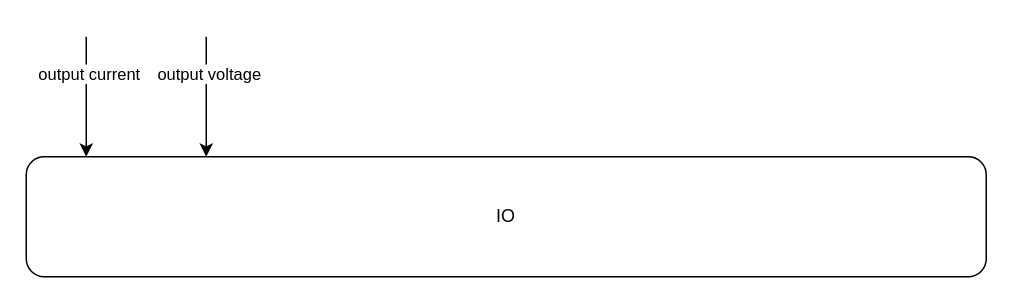
This is page "DCDC_blockdiagram" (4 of 4) of DCDCArchitectureSF.drawio from chdev2011/temp, a draw.io file, before an edit. Source tidied: cells renumbered, new cells numbered last; positions are measured from the earlier drawing's top-left corner, leaving out a move shared by most shapes. Both pictures are drawn from the tidied source at 150%, with x=0, y=0 at pixel (26, 36).
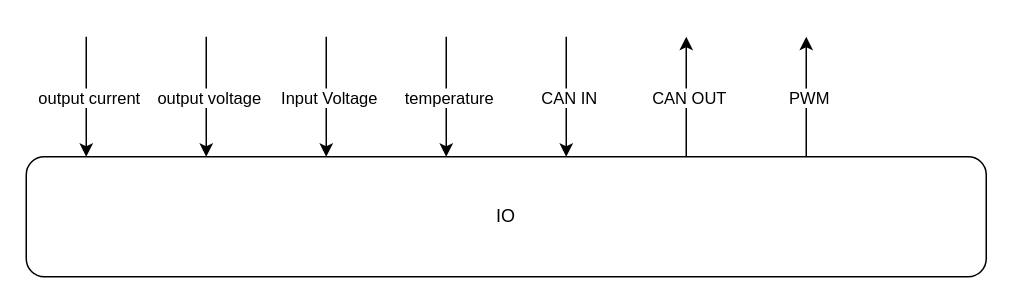
The same diagram, later.

The change refers to these unchanged cells:
```xml
<mxCell id="2" style="rounded=0;orthogonalLoop=1;jettySize=auto;html=1;exitX=0.25;exitY=0;exitDx=0;exitDy=0;strokeColor=default;endArrow=none;endFill=0;startArrow=classic;startFill=1;" parent="1" edge="1">
  <mxGeometry relative="1" as="geometry">
    <mxPoint x="40" y="80" as="sourcePoint" />
    <mxPoint x="40" as="targetPoint" />
  </mxGeometry>
</mxCell>
<mxCell id="5" style="rounded=0;orthogonalLoop=1;jettySize=auto;html=1;exitX=0.25;exitY=0;exitDx=0;exitDy=0;strokeColor=default;endArrow=none;endFill=0;startArrow=classic;startFill=1;" parent="1" edge="1">
  <mxGeometry relative="1" as="geometry">
    <mxPoint x="120" y="80" as="sourcePoint" />
    <mxPoint x="120" as="targetPoint" />
  </mxGeometry>
</mxCell>
```

What changed in the source:
```diff
@@
     <mxCell id="3" value="output current" style="edgeLabel;html=1;align=center;verticalAlign=middle;" parent="2" vertex="1">
-      <mxGeometry x="0.4" y="-1" relative="1" as="geometry" />
+      <mxGeometry x="0.4" y="-1" relative="1" as="geometry">
+        <mxPoint y="16" as="offset" />
+      </mxGeometry>
     </mxCell>
@@
     <mxCell id="6" value="output voltage" style="edgeLabel;html=1;align=center;verticalAlign=middle;" parent="5" vertex="1">
-      <mxGeometry x="0.4" y="-1" relative="1" as="geometry" />
+      <mxGeometry x="0.4" y="-1" relative="1" as="geometry">
+        <mxPoint y="16" as="offset" />
+      </mxGeometry>
     </mxCell>
+    <mxCell id="7" style="rounded=0;orthogonalLoop=1;jettySize=auto;html=1;exitX=0.25;exitY=0;exitDx=0;exitDy=0;strokeColor=default;endArrow=none;endFill=0;startArrow=classic;startFill=1;" parent="1" edge="1">
+      <mxGeometry relative="1" as="geometry">
+        <mxPoint x="200" y="80" as="sourcePoint" />
+        <mxPoint x="200" as="targetPoint" />
+      </mxGeometry>
+    </mxCell>
+    <mxCell id="8" value="Input Voltage" style="edgeLabel;html=1;align=center;verticalAlign=middle;" parent="7" vertex="1">
+      <mxGeometry x="0.4" y="-1" relative="1" as="geometry">
+        <mxPoint y="16" as="offset" />
+      </mxGeometry>
+    </mxCell>
+    <mxCell id="9" style="rounded=0;orthogonalLoop=1;jettySize=auto;html=1;exitX=0.25;exitY=0;exitDx=0;exitDy=0;strokeColor=default;endArrow=none;endFill=0;startArrow=classic;startFill=1;" parent="1" edge="1">
+      <mxGeometry relative="1" as="geometry">
+        <mxPoint x="280" y="80" as="sourcePoint" />
+        <mxPoint x="280" as="targetPoint" />
+      </mxGeometry>
+    </mxCell>
+    <mxCell id="10" value="temperature" style="edgeLabel;html=1;align=center;verticalAlign=middle;" parent="9" vertex="1">
+      <mxGeometry x="0.4" y="-1" relative="1" as="geometry">
+        <mxPoint y="16" as="offset" />
+      </mxGeometry>
+    </mxCell>
+    <mxCell id="11" style="rounded=0;orthogonalLoop=1;jettySize=auto;html=1;exitX=0.25;exitY=0;exitDx=0;exitDy=0;strokeColor=default;endArrow=none;endFill=0;startArrow=classic;startFill=1;" parent="1" edge="1">
+      <mxGeometry relative="1" as="geometry">
+        <mxPoint x="360" y="80" as="sourcePoint" />
+        <mxPoint x="360" as="targetPoint" />
+      </mxGeometry>
+    </mxCell>
+    <mxCell id="12" value="CAN IN" style="edgeLabel;html=1;align=center;verticalAlign=middle;" parent="11" vertex="1">
+      <mxGeometry x="0.4" y="-1" relative="1" as="geometry">
+        <mxPoint y="16" as="offset" />
+      </mxGeometry>
+    </mxCell>
+    <mxCell id="13" style="rounded=0;orthogonalLoop=1;jettySize=auto;html=1;exitX=0.25;exitY=0;exitDx=0;exitDy=0;strokeColor=default;endArrow=classic;endFill=1;startArrow=none;startFill=0;" parent="1" edge="1">
+      <mxGeometry relative="1" as="geometry">
+        <mxPoint x="440" y="80" as="sourcePoint" />
+        <mxPoint x="440" as="targetPoint" />
+      </mxGeometry>
+    </mxCell>
+    <mxCell id="14" value="CAN OUT" style="edgeLabel;html=1;align=center;verticalAlign=middle;" parent="13" vertex="1">
+      <mxGeometry x="0.4" y="-1" relative="1" as="geometry">
+        <mxPoint y="16" as="offset" />
+      </mxGeometry>
+    </mxCell>
+    <mxCell id="15" style="rounded=0;orthogonalLoop=1;jettySize=auto;html=1;exitX=0.25;exitY=0;exitDx=0;exitDy=0;strokeColor=default;endArrow=classic;endFill=1;startArrow=none;startFill=0;" parent="1" edge="1">
+      <mxGeometry relative="1" as="geometry">
+        <mxPoint x="520" y="80" as="sourcePoint" />
+        <mxPoint x="520" as="targetPoint" />
+      </mxGeometry>
+    </mxCell>
+    <mxCell id="16" value="PWM" style="edgeLabel;html=1;align=center;verticalAlign=middle;" parent="15" vertex="1">
+      <mxGeometry x="0.4" y="-1" relative="1" as="geometry">
+        <mxPoint y="16" as="offset" />
+      </mxGeometry>
+    </mxCell>
```
